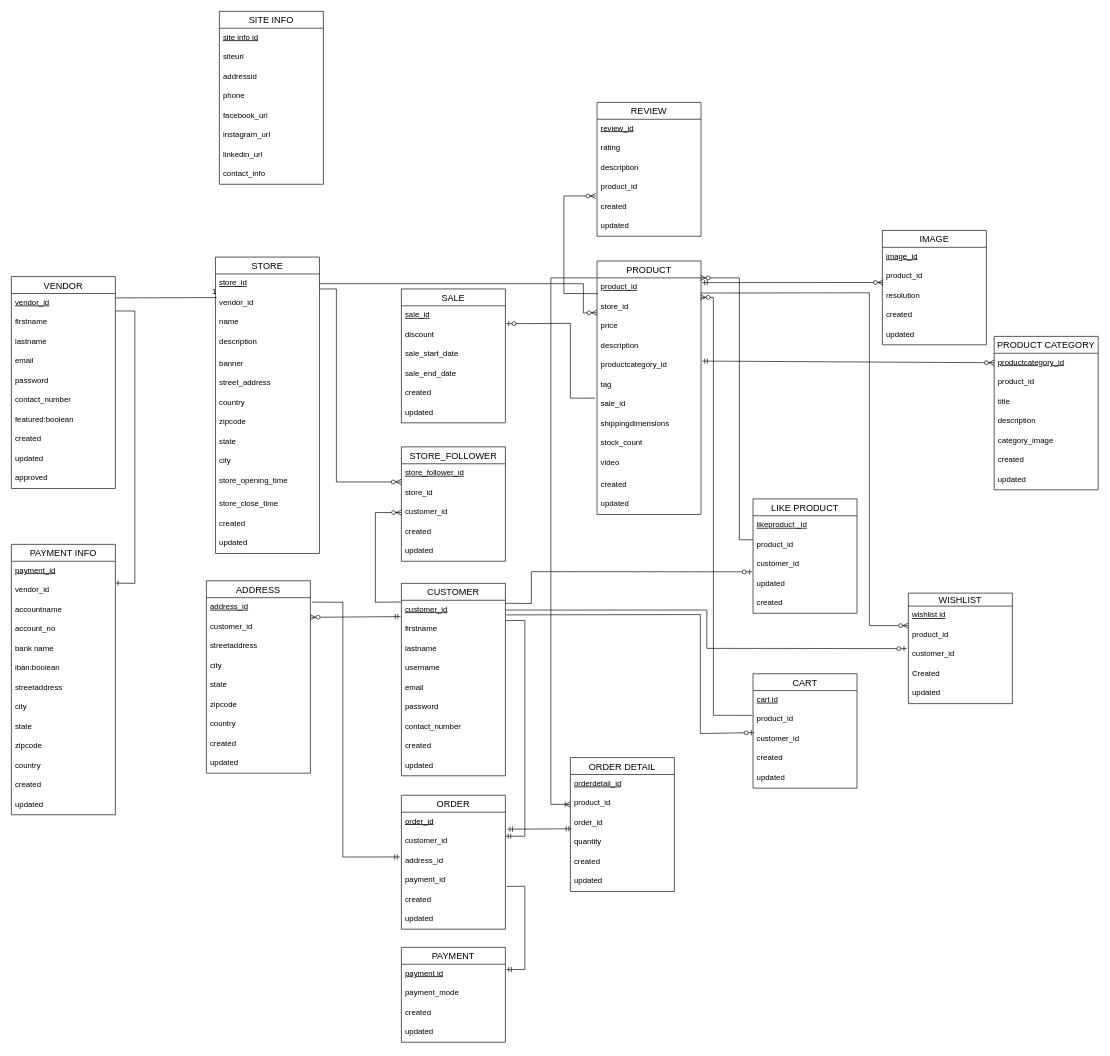
FahadZaheerfzr/WebDev keeps this draw.io diagram as Database/Finalized Database.drawio. Above is the earlier version. Source tidied: cells renumbered, new cells numbered last; positions are measured from the earlier drawing's top-left corner, leaving out a move shared by most shapes. Both pictures are drawn from the tidied source at 65%, with x=0, y=0 at pixel (11, 11).
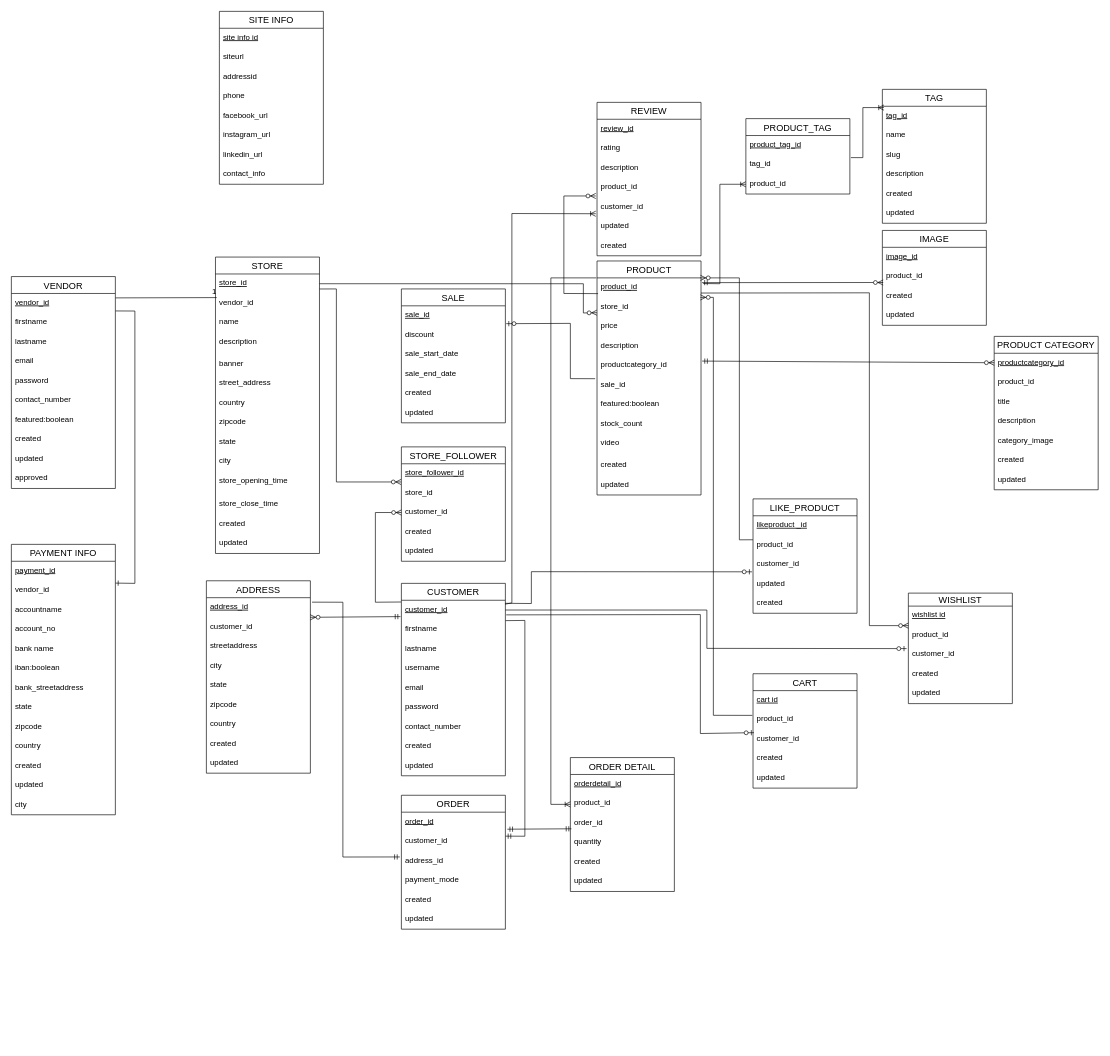
The same page after the edit.

Unchanged cells that the change refers to:
```xml
<mxCell id="29" value="PAYMENT INFO" style="swimlane;fontStyle=0;horizontal=1;startSize=26;align=center;fontSize=14;" parent="1" vertex="1">
  <mxGeometry y="820" width="160" height="416" as="geometry" />
</mxCell>
<mxCell id="46" value="customer_id" style="text;strokeColor=none;fillColor=none;spacingLeft=4;spacingRight=4;overflow=hidden;points=[[0,0.5],[1,0.5]];portConstraint=eastwest;fontSize=12;fontStyle=4;" parent="45" vertex="1">
  <mxGeometry y="26" width="160" height="30" as="geometry" />
</mxCell>
<mxCell id="76" value="product_id" style="text;strokeColor=none;fillColor=none;spacingLeft=4;spacingRight=4;overflow=hidden;points=[[0,0.5],[1,0.5]];portConstraint=eastwest;fontSize=12;fontStyle=4;" parent="75" vertex="1">
  <mxGeometry y="26" width="160" height="30" as="geometry" />
</mxCell>
<mxCell id="88" value="ORDER" style="swimlane;fontStyle=0;horizontal=1;startSize=26;align=center;fontSize=14;" parent="1" vertex="1">
  <mxGeometry x="600" y="1206" width="160" height="206" as="geometry" />
</mxCell>
<mxCell id="137" value="WISHLIST" style="swimlane;fontStyle=0;horizontal=1;startSize=20;align=center;fontSize=14;" parent="1" vertex="1">
  <mxGeometry x="1380" y="895" width="160" height="170" as="geometry" />
</mxCell>
<mxCell id="162" value="sale_id" style="text;strokeColor=none;fillColor=none;spacingLeft=4;spacingRight=4;overflow=hidden;points=[[0,0.5],[1,0.5]];portConstraint=eastwest;fontSize=12;fontStyle=4;" parent="161" vertex="1">
  <mxGeometry y="26" width="160" height="30" as="geometry" />
</mxCell>
```

Change to the diagram source:
```diff
@@
-    <mxCell id="36" value="streetaddress" style="text;strokeColor=none;fillColor=none;spacingLeft=4;spacingRight=4;overflow=hidden;fontSize=12;" parent="29" vertex="1">
+    <mxCell id="36" value="bank_streetaddress" style="text;strokeColor=none;fillColor=none;spacingLeft=4;spacingRight=4;overflow=hidden;fontSize=12;" parent="29" vertex="1">
       <mxGeometry y="206" width="160" height="30" as="geometry" />
     </mxCell>
-    <mxCell id="37" value="city" style="text;strokeColor=none;fillColor=none;spacingLeft=4;spacingRight=4;overflow=hidden;fontSize=12;" parent="29" vertex="1">
-      <mxGeometry y="236" width="160" height="30" as="geometry" />
-    </mxCell>
     <mxCell id="38" value="state" style="text;strokeColor=none;fillColor=none;spacingLeft=4;spacingRight=4;overflow=hidden;fontSize=12;" parent="29" vertex="1">
-      <mxGeometry y="266" width="160" height="30" as="geometry" />
+      <mxGeometry y="236" width="160" height="30" as="geometry" />
     </mxCell>
     <mxCell id="39" value="zipcode" style="text;strokeColor=none;fillColor=none;spacingLeft=4;spacingRight=4;overflow=hidden;fontSize=12;" parent="29" vertex="1">
-      <mxGeometry y="296" width="160" height="30" as="geometry" />
+      <mxGeometry y="266" width="160" height="30" as="geometry" />
     </mxCell>
     <mxCell id="40" value="country" style="text;strokeColor=none;fillColor=none;spacingLeft=4;spacingRight=4;overflow=hidden;fontSize=12;" parent="29" vertex="1">
-      <mxGeometry y="326" width="160" height="30" as="geometry" />
+      <mxGeometry y="296" width="160" height="30" as="geometry" />
     </mxCell>
     <mxCell id="41" value="created" style="text;strokeColor=none;fillColor=none;spacingLeft=4;spacingRight=4;overflow=hidden;fontSize=12;" parent="29" vertex="1">
-      <mxGeometry y="356" width="160" height="30" as="geometry" />
+      <mxGeometry y="326" width="160" height="30" as="geometry" />
     </mxCell>
     <mxCell id="42" value="updated" style="text;strokeColor=none;fillColor=none;spacingLeft=4;spacingRight=4;overflow=hidden;fontSize=12;" parent="29" vertex="1">
-      <mxGeometry y="386" width="160" height="30" as="geometry" />
+      <mxGeometry y="356" width="160" height="30" as="geometry" />
     </mxCell>
+    <mxCell id="37" value="city" style="text;strokeColor=none;fillColor=none;spacingLeft=4;spacingRight=4;overflow=hidden;fontSize=12;" parent="29" vertex="1">
+      <mxGeometry y="386" width="160" height="30" as="geometry" />
+    </mxCell>
@@
     <mxCell id="75" value="PRODUCT" style="swimlane;fontStyle=0;horizontal=1;startSize=26;align=center;fontSize=14;" parent="1" vertex="1">
-      <mxGeometry x="901" y="384" width="160" height="390" as="geometry" />
+      <mxGeometry x="901" y="384" width="160" height="360" as="geometry" />
     </mxCell>
@@
-    <mxCell id="81" value="tag" style="text;strokeColor=none;fillColor=none;spacingLeft=4;spacingRight=4;overflow=hidden;fontSize=12;" parent="75" vertex="1">
-      <mxGeometry y="176" width="160" height="30" as="geometry" />
-    </mxCell>
     <mxCell id="82" value="sale_id" style="text;strokeColor=none;fillColor=none;spacingLeft=4;spacingRight=4;overflow=hidden;points=[[0,0.5],[1,0.5]];portConstraint=eastwest;fontSize=12;" parent="75" vertex="1">
-      <mxGeometry y="206" width="160" height="30" as="geometry" />
+      <mxGeometry y="176" width="160" height="30" as="geometry" />
     </mxCell>
-    <mxCell id="83" value="shippingdimensions" style="text;strokeColor=none;fillColor=none;spacingLeft=4;spacingRight=4;overflow=hidden;fontSize=12;" parent="75" vertex="1">
-      <mxGeometry y="236" width="160" height="30" as="geometry" />
-    </mxCell>
+    <mxCell id="177" value="featured:boolean" style="text;strokeColor=none;fillColor=none;spacingLeft=4;spacingRight=4;overflow=hidden;fontSize=12;" parent="75" vertex="1">
+      <mxGeometry y="206" width="160" height="30" as="geometry" />
+    </mxCell>
     <mxCell id="84" value="stock_count" style="text;strokeColor=none;fillColor=none;spacingLeft=4;spacingRight=4;overflow=hidden;fontSize=12;" parent="75" vertex="1">
-      <mxGeometry y="266" width="160" height="30" as="geometry" />
+      <mxGeometry y="236" width="160" height="30" as="geometry" />
     </mxCell>
     <mxCell id="85" value="video" style="text;strokeColor=none;fillColor=none;spacingLeft=4;spacingRight=4;overflow=hidden;fontSize=12;" parent="75" vertex="1">
-      <mxGeometry y="296" width="160" height="34" as="geometry" />
+      <mxGeometry y="266" width="160" height="34" as="geometry" />
     </mxCell>
     <mxCell id="86" value="created" style="text;strokeColor=none;fillColor=none;spacingLeft=4;spacingRight=4;overflow=hidden;fontSize=12;" parent="75" vertex="1">
-      <mxGeometry y="330" width="160" height="30" as="geometry" />
+      <mxGeometry y="300" width="160" height="30" as="geometry" />
     </mxCell>
     <mxCell id="87" value="updated" style="text;strokeColor=none;fillColor=none;spacingLeft=4;spacingRight=4;overflow=hidden;fontSize=12;" parent="75" vertex="1">
-      <mxGeometry y="360" width="160" height="30" as="geometry" />
+      <mxGeometry y="330" width="160" height="30" as="geometry" />
     </mxCell>
@@
-    <mxCell id="92" value="payment_id" style="text;strokeColor=none;fillColor=none;spacingLeft=4;spacingRight=4;overflow=hidden;points=[[0,0.5],[1,0.5]];portConstraint=eastwest;fontSize=12;" parent="88" vertex="1">
-      <mxGeometry y="116" width="160" height="30" as="geometry" />
-    </mxCell>
+    <mxCell id="157" value="payment_mode" style="text;strokeColor=none;fillColor=none;spacingLeft=4;spacingRight=4;overflow=hidden;fontSize=12;" parent="88" vertex="1">
+      <mxGeometry y="116" width="160" height="30" as="geometry" />
+    </mxCell>
@@
     <mxCell id="117" value="IMAGE" style="swimlane;fontStyle=0;horizontal=1;startSize=26;align=center;fontSize=14;" parent="1" vertex="1">
-      <mxGeometry x="1340" y="337" width="160" height="176" as="geometry" />
+      <mxGeometry x="1340" y="337" width="160" height="146" as="geometry" />
     </mxCell>
@@
-    <mxCell id="120" value="resolution" style="text;strokeColor=none;fillColor=none;spacingLeft=4;spacingRight=4;overflow=hidden;fontSize=12;" parent="117" vertex="1">
-      <mxGeometry y="86" width="160" height="30" as="geometry" />
-    </mxCell>
     <mxCell id="121" value="created" style="text;strokeColor=none;fillColor=none;spacingLeft=4;spacingRight=4;overflow=hidden;fontSize=12;" parent="117" vertex="1">
-      <mxGeometry y="116" width="160" height="30" as="geometry" />
+      <mxGeometry y="86" width="160" height="30" as="geometry" />
     </mxCell>
     <mxCell id="122" value="updated" style="text;strokeColor=none;fillColor=none;spacingLeft=4;spacingRight=4;overflow=hidden;fontSize=12;" parent="117" vertex="1">
-      <mxGeometry y="146" width="160" height="30" as="geometry" />
+      <mxGeometry y="116" width="160" height="30" as="geometry" />
     </mxCell>
@@
-    <mxCell id="141" value="Created" style="text;strokeColor=none;fillColor=none;spacingLeft=4;spacingRight=4;overflow=hidden;fontSize=12;" parent="137" vertex="1">
+    <mxCell id="141" value="created" style="text;strokeColor=none;fillColor=none;spacingLeft=4;spacingRight=4;overflow=hidden;fontSize=12;" parent="137" vertex="1">
       <mxGeometry y="110" width="160" height="30" as="geometry" />
     </mxCell>
@@
-    <mxCell id="145" value="LIKE PRODUCT" style="swimlane;fontStyle=0;horizontal=1;startSize=26;align=center;fontSize=14;" parent="1" vertex="1">
+    <mxCell id="145" value="LIKE_PRODUCT" style="swimlane;fontStyle=0;horizontal=1;startSize=26;align=center;fontSize=14;" parent="1" vertex="1">
       <mxGeometry x="1141" y="750" width="160" height="176" as="geometry" />
     </mxCell>
@@
-    <mxCell id="155" value="PAYMENT" style="swimlane;fontStyle=0;horizontal=1;startSize=26;align=center;fontSize=14;" parent="1" vertex="1">
-      <mxGeometry x="600" y="1440" width="160" height="146" as="geometry" />
-    </mxCell>
-    <mxCell id="156" value="payment id" style="text;strokeColor=none;fillColor=none;spacingLeft=4;spacingRight=4;overflow=hidden;points=[[0,0.5],[1,0.5]];portConstraint=eastwest;fontSize=12;fontStyle=4;" parent="155" vertex="1">
-      <mxGeometry y="26" width="160" height="30" as="geometry" />
-    </mxCell>
-    <mxCell id="157" value="payment_mode" style="text;strokeColor=none;fillColor=none;spacingLeft=4;spacingRight=4;overflow=hidden;fontSize=12;" parent="155" vertex="1">
-      <mxGeometry y="56" width="160" height="30" as="geometry" />
-    </mxCell>
-    <mxCell id="158" value="created" style="text;strokeColor=none;fillColor=none;spacingLeft=4;spacingRight=4;overflow=hidden;fontSize=12;" parent="155" vertex="1">
-      <mxGeometry y="86" width="160" height="30" as="geometry" />
-    </mxCell>
-    <mxCell id="159" value="updated" style="text;strokeColor=none;fillColor=none;spacingLeft=4;spacingRight=4;overflow=hidden;fontSize=12;" parent="155" vertex="1">
-      <mxGeometry y="116" width="160" height="30" as="geometry" />
-    </mxCell>
-    <mxCell id="160" style="fontSize=12;html=1;endArrow=ERmandOne;strokeColor=#000000;strokeWidth=1;rounded=0;exitX=1.013;exitY=0.807;exitDx=0;exitDy=0;exitPerimeter=0;entryX=1.008;entryY=0.274;entryDx=0;entryDy=0;entryPerimeter=0;" parent="1" edge="1" source="92" target="156">
-      <mxGeometry relative="1" as="geometry">
-        <Array as="points">
-          <mxPoint x="790" y="1346" />
-          <mxPoint x="790" y="1474" />
-        </Array>
-      </mxGeometry>
-    </mxCell>
@@
     <mxCell id="168" style="fontSize=12;html=1;endArrow=ERzeroToOne;endFill=1;strokeColor=#000000;strokeWidth=1;rounded=0;entryX=1.008;entryY=0.915;entryDx=0;entryDy=0;entryPerimeter=0;exitX=-0.018;exitY=0.17;exitDx=0;exitDy=0;exitPerimeter=0;" parent="1" edge="1" source="82" target="162">
       <mxGeometry relative="1" as="geometry">
         <Array as="points">
-          <mxPoint x="860" y="595" />
+          <mxPoint x="860" y="565" />
           <mxPoint x="860" y="480" />
         </Array>
       </mxGeometry>
     </mxCell>
     <mxCell id="169" value="REVIEW" style="swimlane;fontStyle=0;horizontal=1;startSize=26;align=center;fontSize=14;" parent="1" vertex="1">
-      <mxGeometry x="901" y="140" width="160" height="206" as="geometry" />
+      <mxGeometry x="901" y="140" width="160" height="236" as="geometry" />
     </mxCell>
@@
-    <mxCell id="174" value="created" style="text;strokeColor=none;fillColor=none;spacingLeft=4;spacingRight=4;overflow=hidden;points=[[0,0.5],[1,0.5]];portConstraint=eastwest;fontSize=12;" parent="169" vertex="1">
+    <mxCell id="174" value="customer_id" style="text;strokeColor=none;fillColor=none;spacingLeft=4;spacingRight=4;overflow=hidden;points=[[0,0.5],[1,0.5]];portConstraint=eastwest;fontSize=12;" parent="169" vertex="1">
       <mxGeometry y="146" width="160" height="30" as="geometry" />
     </mxCell>
@@
+    <mxCell id="178" value="created" style="text;strokeColor=none;fillColor=none;spacingLeft=4;spacingRight=4;overflow=hidden;fontSize=12;" parent="169" vertex="1">
+      <mxGeometry y="206" width="160" height="30" as="geometry" />
+    </mxCell>
@@
+    <mxCell id="179" style="fontSize=12;html=1;endArrow=ERoneToMany;exitX=0.998;exitY=0.2;exitDx=0;exitDy=0;exitPerimeter=0;entryX=-0.012;entryY=0.844;entryDx=0;entryDy=0;entryPerimeter=0;rounded=0;" parent="1" edge="1" source="46" target="174">
+      <mxGeometry relative="1" as="geometry">
+        <Array as="points">
+          <mxPoint x="770" y="910" />
+          <mxPoint x="770" y="311" />
+        </Array>
+      </mxGeometry>
+    </mxCell>
+    <mxCell id="180" value="TAG" style="swimlane;fontStyle=0;horizontal=1;startSize=26;align=center;fontSize=14;" parent="1" vertex="1">
+      <mxGeometry x="1340" y="120" width="160" height="206" as="geometry" />
+    </mxCell>
+    <mxCell id="181" value="tag_id&#10;" style="text;strokeColor=none;fillColor=none;spacingLeft=4;spacingRight=4;overflow=hidden;points=[[0,0.5],[1,0.5]];portConstraint=eastwest;fontSize=12;fontStyle=4;" parent="180" vertex="1">
+      <mxGeometry y="26" width="160" height="30" as="geometry" />
+    </mxCell>
+    <mxCell id="182" value="name&#10;" style="text;strokeColor=none;fillColor=none;spacingLeft=4;spacingRight=4;overflow=hidden;fontSize=12;" parent="180" vertex="1">
+      <mxGeometry y="56" width="160" height="30" as="geometry" />
+    </mxCell>
+    <mxCell id="183" value="slug" style="text;strokeColor=none;fillColor=none;spacingLeft=4;spacingRight=4;overflow=hidden;fontSize=12;" parent="180" vertex="1">
+      <mxGeometry y="86" width="160" height="30" as="geometry" />
+    </mxCell>
+    <mxCell id="184" value="description" style="text;strokeColor=none;fillColor=none;spacingLeft=4;spacingRight=4;overflow=hidden;fontSize=12;" parent="180" vertex="1">
+      <mxGeometry y="116" width="160" height="30" as="geometry" />
+    </mxCell>
+    <mxCell id="185" value="created" style="text;strokeColor=none;fillColor=none;spacingLeft=4;spacingRight=4;overflow=hidden;fontSize=12;" parent="180" vertex="1">
+      <mxGeometry y="146" width="160" height="30" as="geometry" />
+    </mxCell>
+    <mxCell id="159" value="updated" style="text;strokeColor=none;fillColor=none;spacingLeft=4;spacingRight=4;overflow=hidden;fontSize=12;" parent="180" vertex="1">
+      <mxGeometry y="176" width="160" height="30" as="geometry" />
+    </mxCell>
+    <mxCell id="186" style="fontSize=12;html=1;endArrow=ERoneToMany;entryX=0.015;entryY=0.067;entryDx=0;entryDy=0;entryPerimeter=0;exitX=1.01;exitY=0.133;exitDx=0;exitDy=0;exitPerimeter=0;rounded=0;" parent="1" edge="1" source="189" target="181">
+      <mxGeometry relative="1" as="geometry">
+        <Array as="points">
+          <mxPoint x="1310" y="225" />
+          <mxPoint x="1310" y="148" />
+        </Array>
+      </mxGeometry>
+    </mxCell>
+    <mxCell id="187" value="PRODUCT_TAG" style="swimlane;fontStyle=0;horizontal=1;startSize=26;align=center;fontSize=14;" parent="1" vertex="1">
+      <mxGeometry x="1130" y="165" width="160" height="116" as="geometry" />
+    </mxCell>
+    <mxCell id="188" value="product_tag_id" style="text;strokeColor=none;fillColor=none;spacingLeft=4;spacingRight=4;overflow=hidden;fontSize=12;fontStyle=4;" parent="187" vertex="1">
+      <mxGeometry y="26" width="160" height="30" as="geometry" />
+    </mxCell>
+    <mxCell id="189" value="tag_id" style="text;strokeColor=none;fillColor=none;spacingLeft=4;spacingRight=4;overflow=hidden;points=[[0,0.5],[1,0.5]];portConstraint=eastwest;fontSize=12;" parent="187" vertex="1">
+      <mxGeometry y="56" width="160" height="30" as="geometry" />
+    </mxCell>
+    <mxCell id="190" value="product_id" style="text;strokeColor=none;fillColor=none;spacingLeft=4;spacingRight=4;overflow=hidden;points=[[0,0.5],[1,0.5]];portConstraint=eastwest;fontSize=12;" parent="187" vertex="1">
+      <mxGeometry y="86" width="160" height="30" as="geometry" />
+    </mxCell>
+    <mxCell id="191" style="fontSize=12;html=1;endArrow=ERoneToMany;exitX=1.021;exitY=0.289;exitDx=0;exitDy=0;exitPerimeter=0;entryX=0;entryY=0.5;entryDx=0;entryDy=0;rounded=0;" parent="1" edge="1" source="76" target="190">
+      <mxGeometry relative="1" as="geometry">
+        <Array as="points">
+          <mxPoint x="1090" y="419" />
+          <mxPoint x="1090" y="266" />
+        </Array>
+      </mxGeometry>
+    </mxCell>
```
